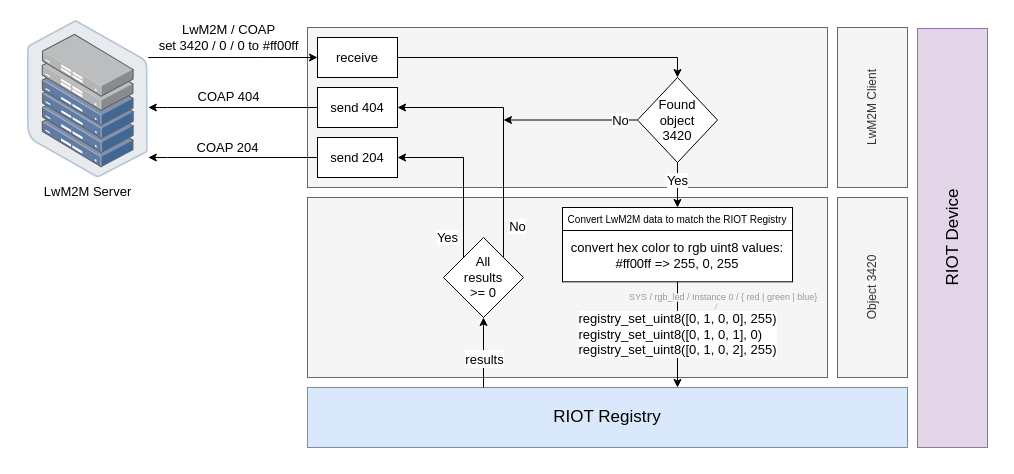
Above: doc/drawio/lwm2m_integration_flow.drawio in LasseRosenow/riot-runtime-config (draw.io), before the change. Source tidied: cells renumbered, new cells numbered last; positions are measured from the earlier drawing's top-left corner, leaving out a move shared by most shapes. Both pictures are drawn from the tidied source at 100%, with x=0, y=0 at pixel (17, 17).
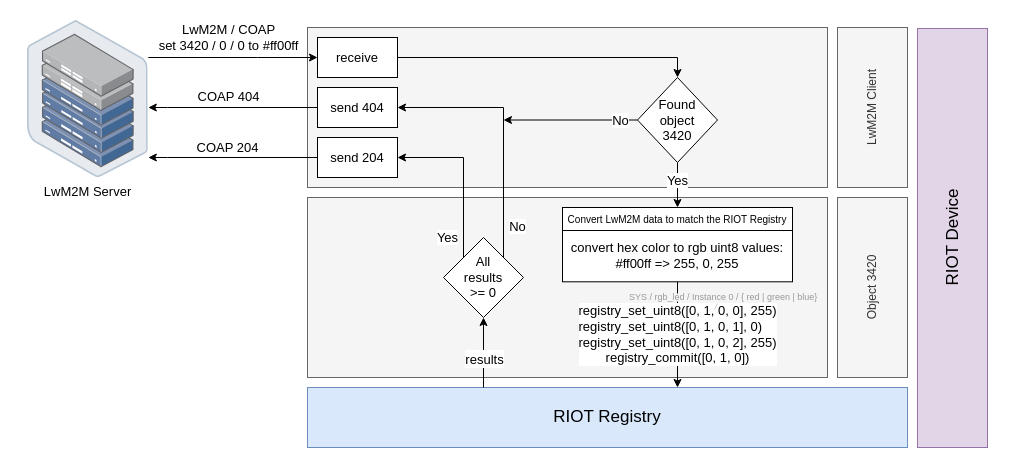
The same page after the edit.

Unchanged cells that the change refers to:
```xml
<mxCell id="11" value="&lt;font style=&quot;font-size: 17px&quot;&gt;RIOT Registry&lt;/font&gt;" style="rounded=0;whiteSpace=wrap;html=1;fillColor=#dae8fc;strokeColor=#6c8ebf;" parent="1" vertex="1">
  <mxGeometry x="290" y="370" width="600" height="60" as="geometry" />
</mxCell>
<mxCell id="27" value="&lt;font style=&quot;font-size: 13px&quot;&gt;convert hex color to rgb uint8 values:&lt;br&gt;#ff00ff =&amp;gt; 255, 0, 255&lt;br&gt;&lt;/font&gt;" style="rounded=0;whiteSpace=wrap;html=1;" parent="26" vertex="1">
  <mxGeometry y="21.8" width="230" height="52.5" as="geometry" />
</mxCell>
```

What changed in the source:
```diff
@@
-    <mxCell id="12" value="&lt;font style=&quot;font-size: 13px&quot;&gt;&lt;font style=&quot;font-size: 13px&quot;&gt;registry_set_uint8([0, 1, 0, 0], 255)&lt;br&gt;&lt;/font&gt;&lt;/font&gt;&lt;div style=&quot;text-align: left ; font-size: 13px&quot;&gt;&lt;font style=&quot;font-size: 13px&quot;&gt;registry_set_uint8([0, 1, 0, 1], 0)&lt;/font&gt;&lt;/div&gt;&lt;font style=&quot;font-size: 13px&quot;&gt;registry_set_uint8([0, 1, 0, 2], 255)&lt;/font&gt;" style="edgeStyle=elbowEdgeStyle;rounded=0;html=1;" parent="1" edge="1" source="27" target="11">
+    <mxCell id="12" value="&lt;font style=&quot;font-size: 13px&quot;&gt;&lt;font style=&quot;font-size: 13px&quot;&gt;registry_set_uint8([0, 1, 0, 0], 255)&lt;br&gt;&lt;/font&gt;&lt;/font&gt;&lt;div style=&quot;text-align: left ; font-size: 13px&quot;&gt;&lt;font style=&quot;font-size: 13px&quot;&gt;registry_set_uint8([0, 1, 0, 1], 0)&lt;/font&gt;&lt;/div&gt;&lt;font style=&quot;font-size: 13px&quot;&gt;registry_set_uint8([0, 1, 0, 2], 255)&lt;br&gt;registry_commit([0, 1, 0])&lt;br&gt;&lt;/font&gt;" style="edgeStyle=elbowEdgeStyle;rounded=0;html=1;" parent="1" edge="1" source="27" target="11">
       <mxGeometry relative="1" as="geometry" />
     </mxCell>
```
